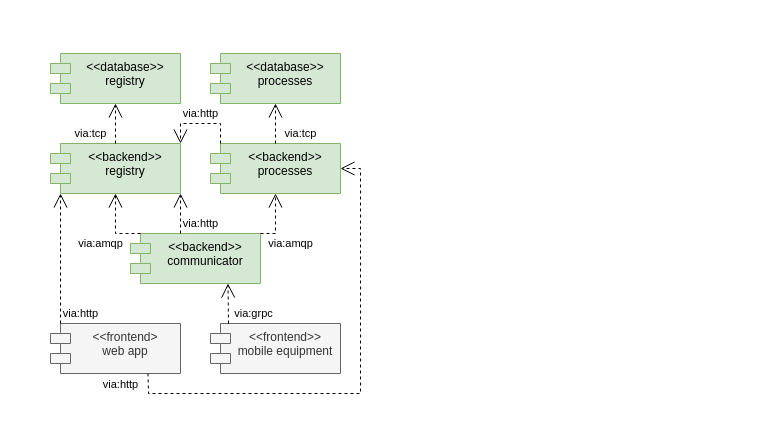
Earlier version of the draw.io diagram doc/components.drawio (vkremianskii/pits). Source tidied: cells renumbered, new cells numbered last; positions are measured from the earlier drawing's top-left corner, leaving out a move shared by most shapes. Both pictures are drawn from the tidied source at 100%, with x=0, y=0 at pixel (50, 53).
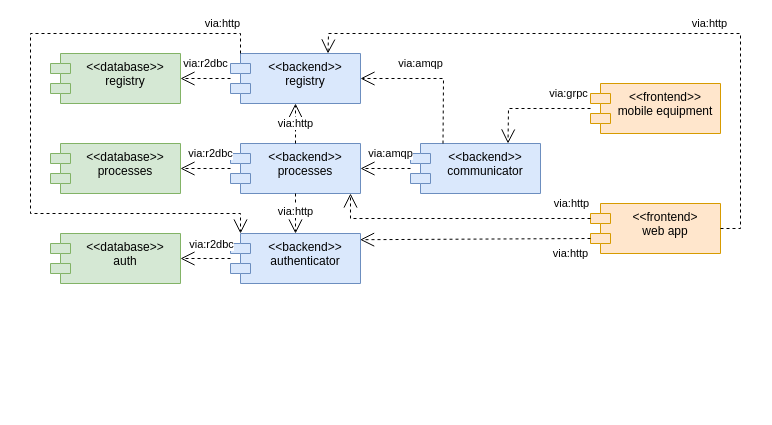
The same diagram, later.

The change refers to these unchanged cells:
```xml
<mxCell id="2" value="&lt;&lt;database&gt;&gt;&#10;registry" style="shape=module;align=left;spacingLeft=20;align=center;verticalAlign=top;fillColor=#d5e8d4;strokeColor=#82b366;" parent="1" vertex="1">
  <mxGeometry width="130" height="50" as="geometry" />
</mxCell>
```

Diff of the diagram source:
```diff
@@
     <mxCell id="3" value="&lt;&lt;database&gt;&gt;&#10;processes" style="shape=module;align=left;spacingLeft=20;align=center;verticalAlign=top;fillColor=#d5e8d4;strokeColor=#82b366;" parent="1" vertex="1">
-      <mxGeometry x="160" width="130" height="50" as="geometry" />
+      <mxGeometry y="90" width="130" height="50" as="geometry" />
     </mxCell>
-    <mxCell id="4" value="&lt;&lt;backend&gt;&gt;&#10;registry" style="shape=module;align=left;spacingLeft=20;align=center;verticalAlign=top;fillColor=#d5e8d4;strokeColor=#82b366;" parent="1" vertex="1">
-      <mxGeometry y="90" width="130" height="50" as="geometry" />
+    <mxCell id="4" value="&lt;&lt;backend&gt;&gt;&#10;registry" style="shape=module;align=left;spacingLeft=20;align=center;verticalAlign=top;fillColor=#dae8fc;strokeColor=#6c8ebf;" parent="1" vertex="1">
+      <mxGeometry x="180" width="130" height="50" as="geometry" />
     </mxCell>
-    <mxCell id="5" value="&lt;&lt;backend&gt;&gt;&#10;processes" style="shape=module;align=left;spacingLeft=20;align=center;verticalAlign=top;fillColor=#d5e8d4;strokeColor=#82b366;" parent="1" vertex="1">
-      <mxGeometry x="160" y="90" width="130" height="50" as="geometry" />
+    <mxCell id="5" value="&lt;&lt;backend&gt;&gt;&#10;processes" style="shape=module;align=left;spacingLeft=20;align=center;verticalAlign=top;fillColor=#dae8fc;strokeColor=#6c8ebf;" parent="1" vertex="1">
+      <mxGeometry x="180" y="90" width="130" height="50" as="geometry" />
     </mxCell>
-    <mxCell id="6" value="&lt;&lt;backend&gt;&gt;&#10;communicator" style="shape=module;align=left;spacingLeft=20;align=center;verticalAlign=top;fillColor=#d5e8d4;strokeColor=#82b366;" parent="1" vertex="1">
-      <mxGeometry x="80" y="180" width="130" height="50" as="geometry" />
+    <mxCell id="6" value="&lt;&lt;backend&gt;&gt;&#10;communicator" style="shape=module;align=left;spacingLeft=20;align=center;verticalAlign=top;fillColor=#dae8fc;strokeColor=#6c8ebf;" parent="1" vertex="1">
+      <mxGeometry x="360" y="90" width="130" height="50" as="geometry" />
     </mxCell>
+    <mxCell id="13" value="&lt;&lt;frontend&gt;&gt;&#10;mobile equipment" style="shape=module;align=left;spacingLeft=20;align=center;verticalAlign=top;fillColor=#ffe6cc;strokeColor=#d79b00;" parent="1" vertex="1">
+      <mxGeometry x="540" y="30" width="130" height="50" as="geometry" />
+    </mxCell>
+    <mxCell id="15" value="&lt;&lt;frontend&gt;&#10;web app" style="shape=module;align=left;spacingLeft=20;align=center;verticalAlign=top;fillColor=#ffe6cc;strokeColor=#d79b00;" parent="1" vertex="1">
+      <mxGeometry x="540" y="150" width="130" height="50" as="geometry" />
+    </mxCell>
+    <mxCell id="18" value="&lt;&lt;backend&gt;&gt;&#10;authenticator" style="shape=module;align=left;spacingLeft=20;align=center;verticalAlign=top;fillColor=#dae8fc;strokeColor=#6c8ebf;" parent="1" vertex="1">
+      <mxGeometry x="180" y="180" width="130" height="50" as="geometry" />
+    </mxCell>
+    <mxCell id="19" value="&lt;&lt;database&gt;&gt;&#10;auth" style="shape=module;align=left;spacingLeft=20;align=center;verticalAlign=top;fillColor=#d5e8d4;strokeColor=#82b366;" parent="1" vertex="1">
+      <mxGeometry y="180" width="130" height="50" as="geometry" />
+    </mxCell>
+    <mxCell id="10" value="via:r2dbc" style="endArrow=open;endFill=1;endSize=12;html=1;rounded=0;dashed=1;strokeWidth=1;" parent="1" edge="1" source="4" target="2">
+      <mxGeometry y="-15" relative="1" as="geometry" />
+    </mxCell>
+    <mxCell id="20" style="endArrow=open;endFill=1;endSize=12;html=1;rounded=0;dashed=1;strokeWidth=1;" parent="1" edge="1" source="18" target="19">
+      <mxGeometry relative="1" as="geometry" />
+    </mxCell>
+    <mxCell id="21" value="via:r2dbc" style="edgeLabel;html=1;align=center;verticalAlign=middle;" parent="20" vertex="1">
+      <mxGeometry x="0.12" y="1" relative="1" as="geometry">
+        <mxPoint x="8" y="-16" as="offset" />
+      </mxGeometry>
+    </mxCell>
+    <mxCell id="9" value="via:r2dbc" style="endArrow=open;endFill=1;endSize=12;html=1;rounded=0;dashed=1;strokeWidth=1;" parent="1" edge="1" source="5" target="3">
+      <mxGeometry x="-0.2" y="-15" relative="1" as="geometry" />
+    </mxCell>
+    <mxCell id="14" value="via:grpc" style="endArrow=open;endFill=1;endSize=12;html=1;rounded=0;dashed=1;strokeWidth=1;entryX=0.75;entryY=0;entryDx=0;entryDy=0;" parent="1" edge="1" source="13" target="6">
+      <mxGeometry x="-0.62" y="-15" relative="1" as="geometry">
+        <Array as="points">
+          <mxPoint x="458" y="55" />
+        </Array>
+      </mxGeometry>
+    </mxCell>
+    <mxCell id="17" value="via:http" style="endArrow=open;endFill=1;endSize=12;html=1;rounded=0;dashed=1;strokeWidth=1;exitX=0;exitY=0;exitDx=0;exitDy=15;exitPerimeter=0;entryX=0.923;entryY=1;entryDx=0;entryDy=0;entryPerimeter=0;" parent="1" edge="1" source="15" target="5">
+      <mxGeometry x="-0.86" y="-15" relative="1" as="geometry">
+        <Array as="points">
+          <mxPoint x="300" y="165" />
+        </Array>
+      </mxGeometry>
+    </mxCell>
+    <mxCell id="11" value="via:http" style="endArrow=open;endFill=1;endSize=12;html=1;rounded=0;dashed=1;strokeWidth=1;exitX=0.5;exitY=0;exitDx=0;exitDy=0;entryX=0.5;entryY=1;entryDx=0;entryDy=0;" parent="1" edge="1" source="5" target="4">
+      <mxGeometry relative="1" as="geometry" />
+    </mxCell>
+    <mxCell id="8" value="via:amqp" style="endArrow=open;endFill=1;endSize=12;html=1;rounded=0;dashed=1;strokeWidth=1;entryX=1;entryY=0.5;entryDx=0;entryDy=0;exitX=0.25;exitY=0;exitDx=0;exitDy=0;" parent="1" edge="1" source="6" target="4">
+      <mxGeometry x="0.19" y="-15" relative="1" as="geometry">
+        <Array as="points">
+          <mxPoint x="393" y="25" />
+        </Array>
+      </mxGeometry>
+    </mxCell>
-    <mxCell id="7" value="via:amqp" style="endArrow=open;endSize=12;dashed=1;html=1;rounded=0;entryX=0.5;entryY=1;entryDx=0;entryDy=0;exitX=1;exitY=0;exitDx=0;exitDy=0;" parent="1" edge="1" source="6" target="5">
-      <mxGeometry x="-0.45" y="-18" relative="1" as="geometry">
-        <Array as="points">
-          <mxPoint x="225" y="180" />
-        </Array>
-        <mxPoint x="-3" y="10" as="offset" />
-      </mxGeometry>
+    <mxCell id="7" value="via:amqp" style="endArrow=open;endFill=1;endSize=12;html=1;rounded=0;dashed=1;strokeWidth=1;" parent="1" edge="1" source="6" target="5">
+      <mxGeometry x="-0.2" y="-15" relative="1" as="geometry" />
     </mxCell>
-    <mxCell id="8" value="via:amqp" style="endArrow=open;endSize=12;dashed=1;html=1;rounded=0;exitX=0;exitY=0;exitDx=10;exitDy=0;exitPerimeter=0;entryX=0.5;entryY=1;entryDx=0;entryDy=0;" parent="1" edge="1" source="6" target="4">
-      <mxGeometry x="-0.23" y="18" relative="1" as="geometry">
-        <Array as="points">
-          <mxPoint x="65" y="180" />
-        </Array>
-        <mxPoint x="3" y="10" as="offset" />
-      </mxGeometry>
-    </mxCell>
-    <mxCell id="9" value="via:tcp" style="endArrow=open;endSize=12;dashed=1;html=1;rounded=0;exitX=0.5;exitY=0;exitDx=0;exitDy=0;entryX=0.5;entryY=1;entryDx=0;entryDy=0;" parent="1" edge="1" source="5" target="3">
-      <mxGeometry x="-0.5" y="-25" relative="1" as="geometry" />
-    </mxCell>
-    <mxCell id="10" value="via:tcp" style="endArrow=open;endSize=12;dashed=1;html=1;rounded=0;exitX=0.5;exitY=0;exitDx=0;exitDy=0;entryX=0.5;entryY=1;entryDx=0;entryDy=0;" parent="1" edge="1" source="4" target="2">
-      <mxGeometry x="-0.5" y="25" relative="1" as="geometry" />
-    </mxCell>
-    <mxCell id="11" value="via:http" style="endArrow=open;endSize=12;dashed=1;html=1;rounded=0;exitX=0;exitY=0;exitDx=10;exitDy=0;exitPerimeter=0;entryX=1;entryY=0;entryDx=0;entryDy=0;" parent="1" edge="1" source="5" target="4">
-      <mxGeometry y="-10" relative="1" as="geometry">
-        <Array as="points">
-          <mxPoint x="170" y="70" />
-          <mxPoint x="130" y="70" />
-        </Array>
-      </mxGeometry>
-    </mxCell>
-    <mxCell id="12" value="via:http" style="endArrow=open;endSize=12;dashed=1;html=1;rounded=0;entryX=1;entryY=1;entryDx=0;entryDy=0;" parent="1" edge="1" target="4">
-      <mxGeometry x="-0.5" y="-20" relative="1" as="geometry">
-        <mxPoint x="130" y="180" as="sourcePoint" />
-      </mxGeometry>
-    </mxCell>
-    <mxCell id="13" value="&lt;&lt;frontend&gt;&gt;&#10;mobile equipment" style="shape=module;align=left;spacingLeft=20;align=center;verticalAlign=top;fillColor=#f5f5f5;fontColor=#333333;strokeColor=#666666;" parent="1" vertex="1">
-      <mxGeometry x="160" y="270" width="130" height="50" as="geometry" />
-    </mxCell>
-    <mxCell id="14" value="via:grpc" style="endArrow=open;endSize=12;dashed=1;html=1;rounded=0;entryX=0.75;entryY=1;entryDx=0;entryDy=0;" parent="1" edge="1" target="6">
-      <mxGeometry x="-0.5" y="-25" relative="1" as="geometry">
-        <mxPoint x="178" y="270" as="sourcePoint" />
-      </mxGeometry>
-    </mxCell>
-    <mxCell id="15" value="&lt;&lt;frontend&gt;&#10;web app" style="shape=module;align=left;spacingLeft=20;align=center;verticalAlign=top;fillColor=#f5f5f5;fontColor=#333333;strokeColor=#666666;" parent="1" vertex="1">
-      <mxGeometry y="270" width="130" height="50" as="geometry" />
-    </mxCell>
-    <mxCell id="16" value="via:http" style="endArrow=open;endSize=12;dashed=1;html=1;rounded=0;exitX=0;exitY=0;exitDx=10;exitDy=0;exitPerimeter=0;entryX=0;entryY=1;entryDx=10;entryDy=0;entryPerimeter=0;" parent="1" edge="1" source="15" target="4">
-      <mxGeometry x="-0.85" y="-20" relative="1" as="geometry" />
+    <mxCell id="16" value="via:http" style="endArrow=open;endFill=1;endSize=12;html=1;rounded=0;dashed=1;strokeWidth=1;entryX=0.75;entryY=0;entryDx=0;entryDy=0;" parent="1" edge="1" source="15" target="4">
+      <mxGeometry x="-0.24" y="-10" relative="1" as="geometry">
+        <Array as="points">
+          <mxPoint x="690" y="175" />
+          <mxPoint x="690" y="-20" />
+          <mxPoint x="278" y="-20" />
+        </Array>
+      </mxGeometry>
     </mxCell>
-    <mxCell id="17" value="via:http" style="endArrow=open;endSize=12;dashed=1;html=1;rounded=0;exitX=0.75;exitY=1;exitDx=0;exitDy=0;entryX=1;entryY=0.5;entryDx=0;entryDy=0;" parent="1" edge="1" source="15" target="5">
-      <mxGeometry x="-0.96" y="-28" relative="1" as="geometry">
-        <Array as="points">
-          <mxPoint x="98" y="340" />
-          <mxPoint x="310" y="340" />
-          <mxPoint x="310" y="115" />
-        </Array>
-      </mxGeometry>
-    </mxCell>
+    <mxCell id="22" value="via:http" style="endArrow=open;endFill=1;endSize=12;html=1;rounded=0;dashed=1;strokeWidth=1;exitX=0;exitY=0;exitDx=0;exitDy=35;exitPerimeter=0;entryX=0.997;entryY=0.124;entryDx=0;entryDy=0;entryPerimeter=0;" parent="1" edge="1" source="15" target="18">
+      <mxGeometry x="-0.83" y="15" relative="1" as="geometry" />
+    </mxCell>
+    <mxCell id="23" style="endArrow=open;endFill=1;endSize=12;html=1;rounded=0;dashed=1;strokeWidth=1;exitX=0.5;exitY=1;exitDx=0;exitDy=0;entryX=0.5;entryY=0;entryDx=0;entryDy=0;" parent="1" edge="1" source="5" target="18">
+      <mxGeometry relative="1" as="geometry" />
+    </mxCell>
+    <mxCell id="24" value="via:http" style="edgeLabel;html=1;align=center;verticalAlign=middle;" parent="23" vertex="1">
+      <mxGeometry x="-0.14" y="-1" relative="1" as="geometry" />
+    </mxCell>
+    <mxCell id="25" value="via:http" style="endArrow=open;endFill=1;endSize=12;html=1;rounded=0;dashed=1;strokeWidth=1;exitX=0;exitY=0;exitDx=10;exitDy=0;entryX=0;entryY=0;entryDx=10;entryDy=0;entryPerimeter=0;exitPerimeter=0;" parent="1" edge="1" source="4" target="18">
+      <mxGeometry x="-0.88" y="-10" relative="1" as="geometry">
+        <Array as="points">
+          <mxPoint x="190" y="-20" />
+          <mxPoint x="-20" y="-20" />
+          <mxPoint x="-20" y="160" />
+          <mxPoint x="190" y="160" />
+        </Array>
+      </mxGeometry>
+    </mxCell>
```
